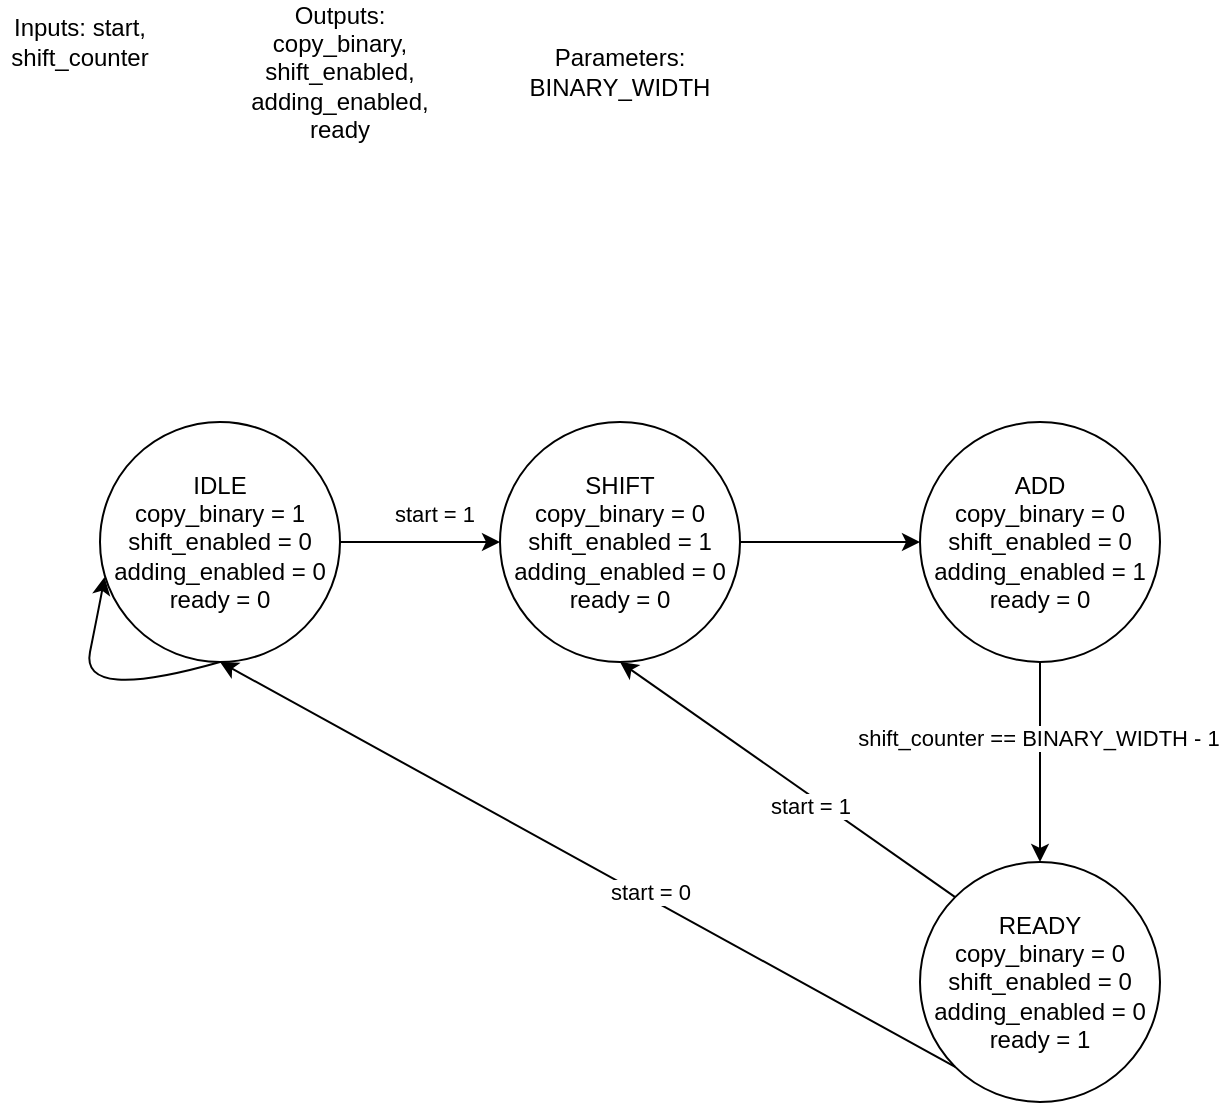
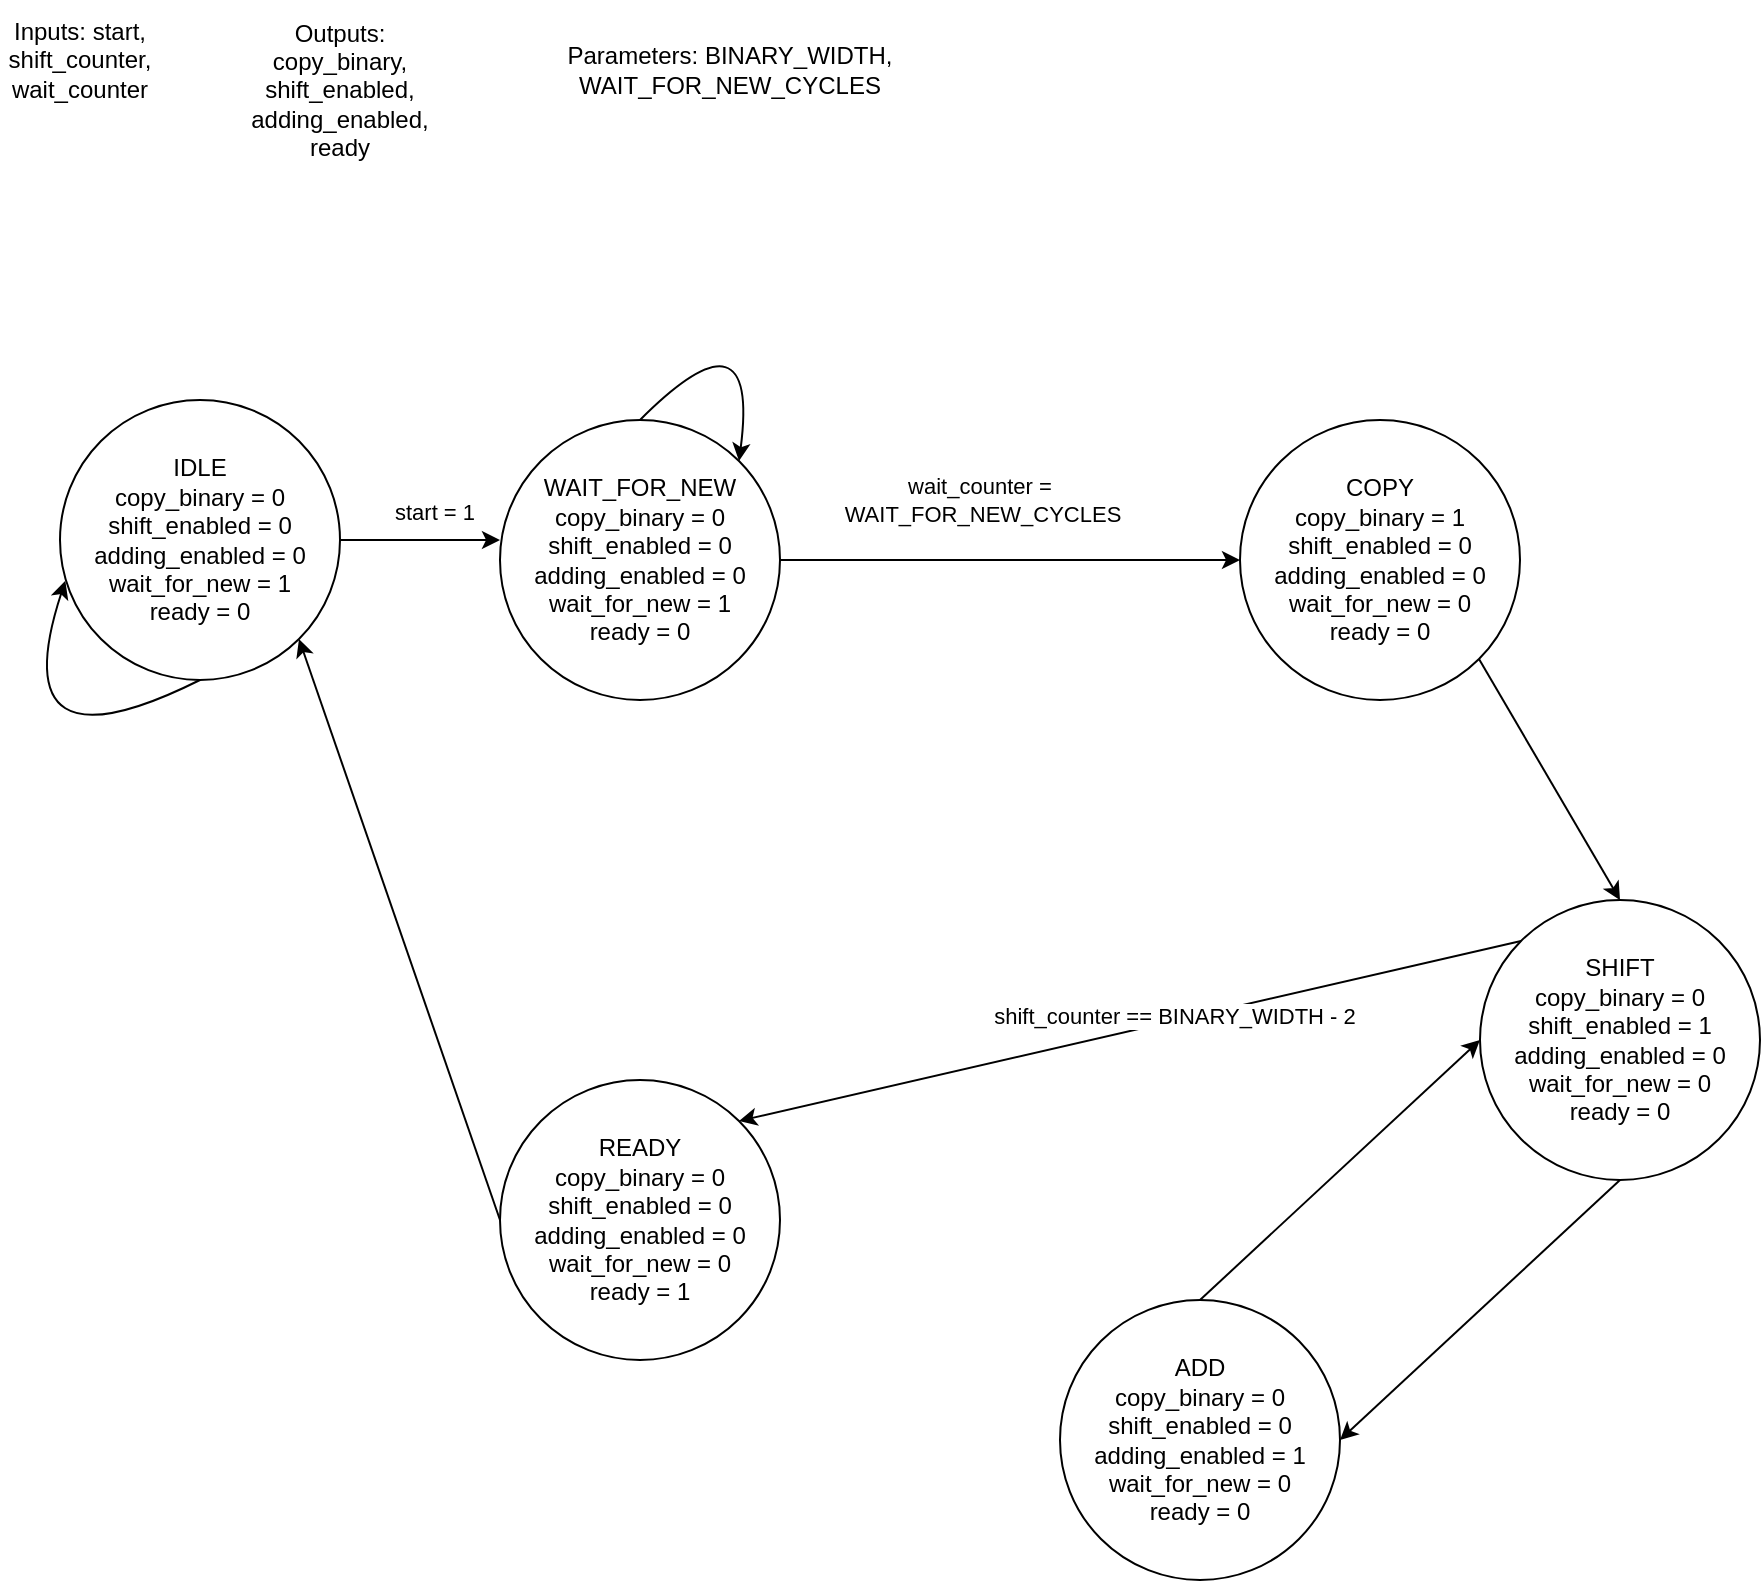
- <mxfile host="app.diagrams.net" agent="Mozilla/5.0 (Windows NT 10.0; Win64; x64) AppleWebKit/537.36 (KHTML, like Gecko) Chrome/131.0.0.0 Safari/537.36" version="25.0.3">
+ <mxfile host="app.diagrams.net" agent="Mozilla/5.0 (Windows NT 10.0; Win64; x64) AppleWebKit/537.36 (KHTML, like Gecko) Chrome/131.0.0.0 Safari/537.36" version="26.0.3">
  <diagram name="Page-1" id="3nvQ81qPf11bZuZi37qv">
-     <mxGraphModel dx="1434" dy="738" grid="1" gridSize="10" guides="1" tooltips="1" connect="1" arrows="1" fold="1" page="1" pageScale="1" pageWidth="1169" pageHeight="1654" math="0" shadow="0">
+     <mxGraphModel dx="2074" dy="1098" grid="1" gridSize="10" guides="1" tooltips="1" connect="1" arrows="1" fold="1" page="1" pageScale="1" pageWidth="1169" pageHeight="1654" math="0" shadow="0">
      <root>
        <mxCell id="0" />
        <mxCell id="1" parent="0" />
-         <mxCell id="wBCyY2QSpz8QFwPT69Jq-1" style="edgeStyle=orthogonalEdgeStyle;rounded=0;orthogonalLoop=1;jettySize=auto;html=1;exitX=1;exitY=0.5;exitDx=0;exitDy=0;" edge="1" parent="1" source="wBCyY2QSpz8QFwPT69Jq-3">
+         <mxCell id="wBCyY2QSpz8QFwPT69Jq-1" style="edgeStyle=orthogonalEdgeStyle;rounded=0;orthogonalLoop=1;jettySize=auto;html=1;exitX=1;exitY=0.5;exitDx=0;exitDy=0;" parent="1" source="wBCyY2QSpz8QFwPT69Jq-3" edge="1">
          <mxGeometry relative="1" as="geometry">
            <mxPoint x="290" y="310" as="targetPoint" />
          </mxGeometry>
        </mxCell>
-         <mxCell id="wBCyY2QSpz8QFwPT69Jq-2" value="start = 1" style="edgeLabel;html=1;align=center;verticalAlign=middle;resizable=0;points=[];" vertex="1" connectable="0" parent="wBCyY2QSpz8QFwPT69Jq-1">
+         <mxCell id="wBCyY2QSpz8QFwPT69Jq-2" value="start = 1" style="edgeLabel;html=1;align=center;verticalAlign=middle;resizable=0;points=[];" parent="wBCyY2QSpz8QFwPT69Jq-1" vertex="1" connectable="0">
          <mxGeometry x="0.1821" y="1" relative="1" as="geometry">
            <mxPoint y="-14" as="offset" />
          </mxGeometry>
        </mxCell>
-         <mxCell id="wBCyY2QSpz8QFwPT69Jq-3" value="IDLE&lt;div&gt;copy_binary = 1 shift_enabled = 0 adding_enabled = 0&lt;div&gt;ready = 0&lt;/div&gt;&lt;/div&gt;" style="ellipse;whiteSpace=wrap;html=1;aspect=fixed;" vertex="1" parent="1">
-           <mxGeometry x="90" y="250" width="120" height="120" as="geometry" />
+         <mxCell id="wBCyY2QSpz8QFwPT69Jq-3" value="IDLE&lt;div&gt;copy_binary = 0 shift_enabled = 0 adding_enabled = 0&lt;/div&gt;&lt;div&gt;wait_for_new = 1&lt;br&gt;&lt;div&gt;ready = 0&lt;/div&gt;&lt;/div&gt;" style="ellipse;whiteSpace=wrap;html=1;aspect=fixed;" parent="1" vertex="1">
+           <mxGeometry x="70" y="240" width="140" height="140" as="geometry" />
        </mxCell>
-         <mxCell id="wBCyY2QSpz8QFwPT69Jq-4" value="Inputs: start, shift_counter" style="text;html=1;align=center;verticalAlign=middle;whiteSpace=wrap;rounded=0;" vertex="1" parent="1">
-           <mxGeometry x="40" y="40" width="80" height="40" as="geometry" />
+         <mxCell id="wBCyY2QSpz8QFwPT69Jq-4" value="Inputs: start, shift_counter,&lt;div&gt;wait_counter&lt;/div&gt;" style="text;html=1;align=center;verticalAlign=middle;whiteSpace=wrap;rounded=0;" parent="1" vertex="1">
+           <mxGeometry x="40" y="40" width="80" height="60" as="geometry" />
        </mxCell>
-         <mxCell id="wBCyY2QSpz8QFwPT69Jq-5" value="Outputs: copy_binary, shift_enabled, adding_enabled,&lt;div&gt;ready&lt;/div&gt;" style="text;html=1;align=center;verticalAlign=middle;whiteSpace=wrap;rounded=0;" vertex="1" parent="1">
-           <mxGeometry x="160" y="40" width="100" height="70" as="geometry" />
+         <mxCell id="wBCyY2QSpz8QFwPT69Jq-5" value="Outputs: copy_binary, shift_enabled, adding_enabled,&lt;div&gt;ready&lt;/div&gt;" style="text;html=1;align=center;verticalAlign=middle;whiteSpace=wrap;rounded=0;" parent="1" vertex="1">
+           <mxGeometry x="160" y="40" width="100" height="90" as="geometry" />
        </mxCell>
-         <mxCell id="wBCyY2QSpz8QFwPT69Jq-6" value="" style="curved=1;endArrow=classic;html=1;rounded=0;exitX=0.5;exitY=1;exitDx=0;exitDy=0;entryX=0.019;entryY=0.646;entryDx=0;entryDy=0;entryPerimeter=0;" edge="1" parent="1" source="wBCyY2QSpz8QFwPT69Jq-3" target="wBCyY2QSpz8QFwPT69Jq-3">
+         <mxCell id="wBCyY2QSpz8QFwPT69Jq-6" value="" style="curved=1;endArrow=classic;html=1;rounded=0;exitX=0.5;exitY=1;exitDx=0;exitDy=0;entryX=0.019;entryY=0.646;entryDx=0;entryDy=0;entryPerimeter=0;" parent="1" source="wBCyY2QSpz8QFwPT69Jq-3" target="wBCyY2QSpz8QFwPT69Jq-3" edge="1">
          <mxGeometry width="50" height="50" relative="1" as="geometry">
            <mxPoint x="120" y="440" as="sourcePoint" />
            <mxPoint x="170" y="390" as="targetPoint" />
            <Array as="points">
-               <mxPoint x="80" y="390" />
-               <mxPoint x="90" y="340" />
+               <mxPoint x="40" y="430" />
            </Array>
          </mxGeometry>
        </mxCell>
-         <mxCell id="wBCyY2QSpz8QFwPT69Jq-50" value="" style="edgeStyle=orthogonalEdgeStyle;rounded=0;orthogonalLoop=1;jettySize=auto;html=1;" edge="1" parent="1" source="wBCyY2QSpz8QFwPT69Jq-48" target="wBCyY2QSpz8QFwPT69Jq-49">
-           <mxGeometry relative="1" as="geometry" />
+         <mxCell id="wBCyY2QSpz8QFwPT69Jq-51" value="READY&lt;div&gt;copy_binary = 0 shift_enabled = 0 adding_enabled = 0&lt;/div&gt;&lt;div&gt;wait_for_new = 0&lt;br&gt;&lt;div&gt;ready = 1&lt;/div&gt;&lt;/div&gt;" style="ellipse;whiteSpace=wrap;html=1;" parent="1" vertex="1">
+           <mxGeometry x="290" y="580" width="140" height="140" as="geometry" />
        </mxCell>
-         <mxCell id="wBCyY2QSpz8QFwPT69Jq-48" value="SHIFT&lt;div&gt;copy_binary = 0 shift_enabled = 1 adding_enabled = 0&lt;div&gt;ready = 0&lt;/div&gt;&lt;/div&gt;" style="ellipse;whiteSpace=wrap;html=1;aspect=fixed;" vertex="1" parent="1">
-           <mxGeometry x="290" y="250" width="120" height="120" as="geometry" />
+         <mxCell id="wBCyY2QSpz8QFwPT69Jq-54" value="Parameters: BINARY_WIDTH,&lt;div&gt;WAIT_FOR_NEW_CYCLES&lt;/div&gt;" style="text;html=1;align=center;verticalAlign=middle;whiteSpace=wrap;rounded=0;" parent="1" vertex="1">
+           <mxGeometry x="320" y="40" width="170" height="70" as="geometry" />
        </mxCell>
-         <mxCell id="wBCyY2QSpz8QFwPT69Jq-52" value="" style="edgeStyle=orthogonalEdgeStyle;rounded=0;orthogonalLoop=1;jettySize=auto;html=1;" edge="1" parent="1" source="wBCyY2QSpz8QFwPT69Jq-49" target="wBCyY2QSpz8QFwPT69Jq-51">
-           <mxGeometry relative="1" as="geometry" />
-         </mxCell>
-         <mxCell id="wBCyY2QSpz8QFwPT69Jq-53" value="shift_counter == BINARY_WIDTH - 1" style="edgeLabel;html=1;align=center;verticalAlign=middle;resizable=0;points=[];" vertex="1" connectable="0" parent="wBCyY2QSpz8QFwPT69Jq-52">
-           <mxGeometry x="-0.24" y="-1" relative="1" as="geometry">
-             <mxPoint as="offset" />
-           </mxGeometry>
-         </mxCell>
-         <mxCell id="wBCyY2QSpz8QFwPT69Jq-49" value="ADD&lt;div&gt;copy_binary = 0 shift_enabled = 0 adding_enabled = 1&lt;div&gt;ready = 0&lt;/div&gt;&lt;/div&gt;" style="ellipse;whiteSpace=wrap;html=1;" vertex="1" parent="1">
-           <mxGeometry x="500" y="250" width="120" height="120" as="geometry" />
-         </mxCell>
-         <mxCell id="wBCyY2QSpz8QFwPT69Jq-51" value="READY&lt;div&gt;copy_binary = 0 shift_enabled = 0 adding_enabled = 0&lt;div&gt;ready = 1&lt;/div&gt;&lt;/div&gt;" style="ellipse;whiteSpace=wrap;html=1;" vertex="1" parent="1">
-           <mxGeometry x="500" y="470" width="120" height="120" as="geometry" />
-         </mxCell>
-         <mxCell id="wBCyY2QSpz8QFwPT69Jq-54" value="Parameters: BINARY_WIDTH" style="text;html=1;align=center;verticalAlign=middle;whiteSpace=wrap;rounded=0;" vertex="1" parent="1">
-           <mxGeometry x="300" y="40" width="100" height="70" as="geometry" />
-         </mxCell>
-         <mxCell id="wBCyY2QSpz8QFwPT69Jq-55" value="" style="endArrow=classic;html=1;rounded=0;exitX=0;exitY=0;exitDx=0;exitDy=0;entryX=0.5;entryY=1;entryDx=0;entryDy=0;" edge="1" parent="1" source="wBCyY2QSpz8QFwPT69Jq-51" target="wBCyY2QSpz8QFwPT69Jq-48">
-           <mxGeometry width="50" height="50" relative="1" as="geometry">
-             <mxPoint x="310" y="480" as="sourcePoint" />
-             <mxPoint x="360" y="430" as="targetPoint" />
-           </mxGeometry>
-         </mxCell>
-         <mxCell id="wBCyY2QSpz8QFwPT69Jq-57" value="start = 1" style="edgeLabel;html=1;align=center;verticalAlign=middle;resizable=0;points=[];" vertex="1" connectable="0" parent="wBCyY2QSpz8QFwPT69Jq-55">
-           <mxGeometry x="-0.1582" y="4" relative="1" as="geometry">
-             <mxPoint as="offset" />
-           </mxGeometry>
-         </mxCell>
-         <mxCell id="wBCyY2QSpz8QFwPT69Jq-56" value="" style="endArrow=classic;html=1;rounded=0;exitX=0;exitY=1;exitDx=0;exitDy=0;entryX=0.5;entryY=1;entryDx=0;entryDy=0;" edge="1" parent="1" source="wBCyY2QSpz8QFwPT69Jq-51" target="wBCyY2QSpz8QFwPT69Jq-3">
+         <mxCell id="wBCyY2QSpz8QFwPT69Jq-56" value="" style="endArrow=classic;html=1;rounded=0;exitX=0;exitY=0.5;exitDx=0;exitDy=0;entryX=1;entryY=1;entryDx=0;entryDy=0;" parent="1" source="wBCyY2QSpz8QFwPT69Jq-51" target="wBCyY2QSpz8QFwPT69Jq-3" edge="1">
          <mxGeometry width="50" height="50" relative="1" as="geometry">
            <mxPoint x="410" y="520" as="sourcePoint" />
            <mxPoint x="460" y="470" as="targetPoint" />
          </mxGeometry>
        </mxCell>
-         <mxCell id="wBCyY2QSpz8QFwPT69Jq-58" value="start = 0" style="edgeLabel;html=1;align=center;verticalAlign=middle;resizable=0;points=[];" vertex="1" connectable="0" parent="wBCyY2QSpz8QFwPT69Jq-56">
-           <mxGeometry x="-0.162" y="-3" relative="1" as="geometry">
+         <mxCell id="tWrq07vXkHRg87fwN5x4-1" value="WAIT_FOR_NEW&lt;div&gt;copy_binary = 0 shift_enabled = 0 adding_enabled = 0&lt;/div&gt;&lt;div&gt;wait_for_new = 1&lt;br&gt;&lt;div&gt;ready = 0&lt;/div&gt;&lt;/div&gt;" style="ellipse;whiteSpace=wrap;html=1;aspect=fixed;" vertex="1" parent="1">
+           <mxGeometry x="290" y="250" width="140" height="140" as="geometry" />
+         </mxCell>
+         <mxCell id="tWrq07vXkHRg87fwN5x4-2" value="" style="endArrow=classic;html=1;rounded=0;exitX=0.5;exitY=0;exitDx=0;exitDy=0;entryX=1;entryY=0;entryDx=0;entryDy=0;curved=1;" edge="1" parent="1" source="tWrq07vXkHRg87fwN5x4-1" target="tWrq07vXkHRg87fwN5x4-1">
+           <mxGeometry width="50" height="50" relative="1" as="geometry">
+             <mxPoint x="370" y="240" as="sourcePoint" />
+             <mxPoint x="420" y="190" as="targetPoint" />
+             <Array as="points">
+               <mxPoint x="420" y="190" />
+             </Array>
+           </mxGeometry>
+         </mxCell>
+         <mxCell id="tWrq07vXkHRg87fwN5x4-3" value="COPY&lt;div&gt;copy_binary = 1 shift_enabled = 0 adding_enabled = 0&lt;/div&gt;&lt;div&gt;wait_for_new = 0&lt;br&gt;&lt;div&gt;ready = 0&lt;/div&gt;&lt;/div&gt;" style="ellipse;whiteSpace=wrap;html=1;aspect=fixed;" vertex="1" parent="1">
+           <mxGeometry x="660" y="250" width="140" height="140" as="geometry" />
+         </mxCell>
+         <mxCell id="tWrq07vXkHRg87fwN5x4-4" value="SHIFT&lt;div&gt;copy_binary = 0 shift_enabled = 1 adding_enabled = 0&lt;/div&gt;&lt;div&gt;wait_for_new = 0&lt;br&gt;&lt;div&gt;ready = 0&lt;/div&gt;&lt;/div&gt;" style="ellipse;whiteSpace=wrap;html=1;aspect=fixed;" vertex="1" parent="1">
+           <mxGeometry x="780" y="490" width="140" height="140" as="geometry" />
+         </mxCell>
+         <mxCell id="tWrq07vXkHRg87fwN5x4-5" value="ADD&lt;div&gt;copy_binary = 0 shift_enabled = 0 adding_enabled = 1&lt;/div&gt;&lt;div&gt;wait_for_new = 0&lt;br&gt;&lt;div&gt;ready = 0&lt;/div&gt;&lt;/div&gt;" style="ellipse;whiteSpace=wrap;html=1;aspect=fixed;" vertex="1" parent="1">
+           <mxGeometry x="570" y="690" width="140" height="140" as="geometry" />
+         </mxCell>
+         <mxCell id="tWrq07vXkHRg87fwN5x4-6" value="" style="endArrow=classic;html=1;rounded=0;exitX=1;exitY=0.5;exitDx=0;exitDy=0;entryX=0;entryY=0.5;entryDx=0;entryDy=0;" edge="1" parent="1" source="tWrq07vXkHRg87fwN5x4-1" target="tWrq07vXkHRg87fwN5x4-3">
+           <mxGeometry width="50" height="50" relative="1" as="geometry">
+             <mxPoint x="560" y="210" as="sourcePoint" />
+             <mxPoint x="610" y="160" as="targetPoint" />
+           </mxGeometry>
+         </mxCell>
+         <mxCell id="tWrq07vXkHRg87fwN5x4-8" value="wait_counter =&amp;nbsp;&lt;div&gt;WAIT_FOR_NEW_CYCLES&lt;/div&gt;" style="edgeLabel;html=1;align=center;verticalAlign=middle;resizable=0;points=[];" vertex="1" connectable="0" parent="tWrq07vXkHRg87fwN5x4-6">
+           <mxGeometry x="-0.1" relative="1" as="geometry">
+             <mxPoint x="-3" y="-30" as="offset" />
+           </mxGeometry>
+         </mxCell>
+         <mxCell id="tWrq07vXkHRg87fwN5x4-9" value="" style="endArrow=classic;html=1;rounded=0;exitX=1;exitY=1;exitDx=0;exitDy=0;entryX=0.5;entryY=0;entryDx=0;entryDy=0;" edge="1" parent="1" source="tWrq07vXkHRg87fwN5x4-3" target="tWrq07vXkHRg87fwN5x4-4">
+           <mxGeometry width="50" height="50" relative="1" as="geometry">
+             <mxPoint x="950" y="400" as="sourcePoint" />
+             <mxPoint x="1000" y="350" as="targetPoint" />
+           </mxGeometry>
+         </mxCell>
+         <mxCell id="tWrq07vXkHRg87fwN5x4-10" value="" style="endArrow=classic;html=1;rounded=0;exitX=0.5;exitY=0;exitDx=0;exitDy=0;entryX=0;entryY=0.5;entryDx=0;entryDy=0;" edge="1" parent="1" source="tWrq07vXkHRg87fwN5x4-5" target="tWrq07vXkHRg87fwN5x4-4">
+           <mxGeometry width="50" height="50" relative="1" as="geometry">
+             <mxPoint x="450" y="530" as="sourcePoint" />
+             <mxPoint x="500" y="480" as="targetPoint" />
+           </mxGeometry>
+         </mxCell>
+         <mxCell id="tWrq07vXkHRg87fwN5x4-11" value="" style="endArrow=classic;html=1;rounded=0;exitX=0;exitY=0;exitDx=0;exitDy=0;entryX=1;entryY=0;entryDx=0;entryDy=0;" edge="1" parent="1" source="tWrq07vXkHRg87fwN5x4-4" target="wBCyY2QSpz8QFwPT69Jq-51">
+           <mxGeometry width="50" height="50" relative="1" as="geometry">
+             <mxPoint x="660" y="510" as="sourcePoint" />
+             <mxPoint x="710" y="460" as="targetPoint" />
+           </mxGeometry>
+         </mxCell>
+         <mxCell id="tWrq07vXkHRg87fwN5x4-12" value="shift_counter == BINARY_WIDTH - 2" style="edgeLabel;html=1;align=center;verticalAlign=middle;resizable=0;points=[];" vertex="1" connectable="0" parent="tWrq07vXkHRg87fwN5x4-11">
+           <mxGeometry x="-0.1164" y="-3" relative="1" as="geometry">
            <mxPoint as="offset" />
+           </mxGeometry>
+         </mxCell>
+         <mxCell id="tWrq07vXkHRg87fwN5x4-13" value="" style="endArrow=classic;html=1;rounded=0;exitX=0.5;exitY=1;exitDx=0;exitDy=0;entryX=1;entryY=0.5;entryDx=0;entryDy=0;" edge="1" parent="1" source="tWrq07vXkHRg87fwN5x4-4" target="tWrq07vXkHRg87fwN5x4-5">
+           <mxGeometry width="50" height="50" relative="1" as="geometry">
+             <mxPoint x="540" y="700" as="sourcePoint" />
+             <mxPoint x="590" y="650" as="targetPoint" />
          </mxGeometry>
        </mxCell>
      </root>
    </mxGraphModel>
  </diagram>
</mxfile>
